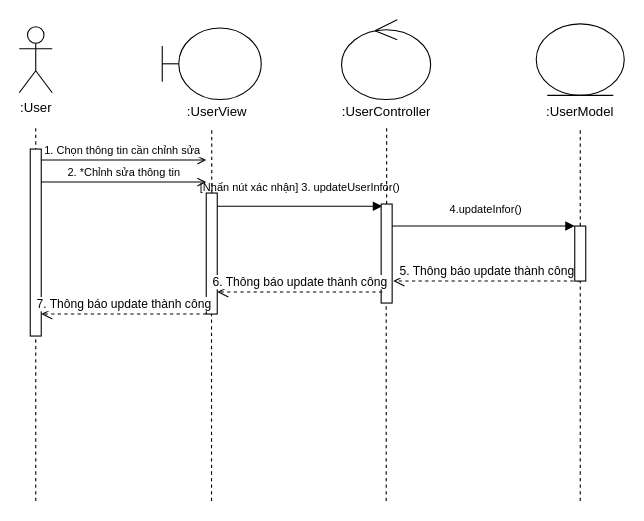
The draw.io diagram Sequence Diagram/Quản lý tài khoản/chinh_sua_ho_so sequence.drawio in brown2004/PTTKHT-project, before the edit. Source tidied: cells renumbered, new cells numbered last; positions are measured from the earlier drawing's top-left corner, leaving out a move shared by most shapes. Both pictures are drawn from the tidied source at 110%, with x=0, y=0 at pixel (19, 19).
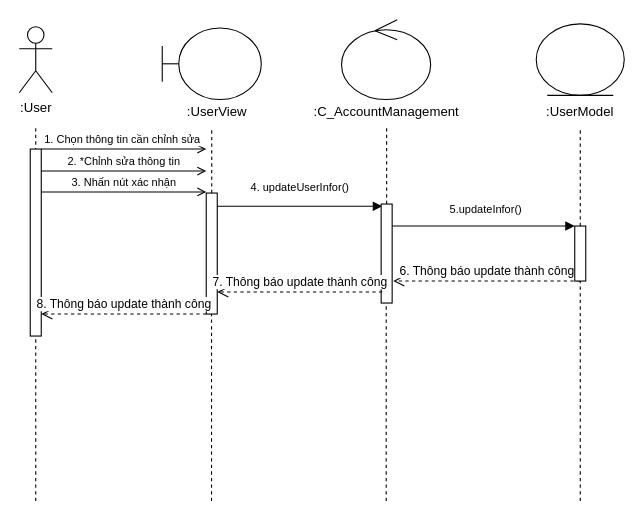
After the change.

What changed in the source:
```diff
@@
     <mxCell id="10" value="&lt;font style=&quot;font-size: 10px;&quot;&gt;1. Chọn thông tin cần chỉnh sửa&amp;nbsp;&lt;/font&gt;" style="html=1;verticalAlign=bottom;startArrow=none;startFill=0;endArrow=open;curved=0;rounded=0;endFill=0;" parent="1" edge="1">
       <mxGeometry relative="1" as="geometry">
-        <mxPoint x="20" y="128" as="sourcePoint" />
-        <mxPoint x="170" y="128" as="targetPoint" />
+        <mxPoint x="20" y="118" as="sourcePoint" />
+        <mxPoint x="170" y="118" as="targetPoint" />
       </mxGeometry>
     </mxCell>
@@
     <mxCell id="13" value="&lt;font style=&quot;font-size: 10px;&quot;&gt;2. *Chỉnh sửa thông tin&lt;/font&gt;" style="html=1;verticalAlign=bottom;startArrow=none;startFill=0;endArrow=open;curved=0;rounded=0;endFill=0;" parent="1" edge="1">
       <mxGeometry relative="1" as="geometry">
-        <mxPoint x="20" y="148" as="sourcePoint" />
-        <mxPoint x="170" y="148" as="targetPoint" />
+        <mxPoint x="20" y="138" as="sourcePoint" />
+        <mxPoint x="170" y="138" as="targetPoint" />
       </mxGeometry>
     </mxCell>
-    <mxCell id="14" value="&lt;font style=&quot;font-size: 10px;&quot;&gt;[Nhấn nút xác nhận] 3. updateUserInfor()&lt;/font&gt;" style="text;html=1;align=center;verticalAlign=middle;strokeColor=none;fillColor=none;" parent="1" vertex="1">
-      <mxGeometry x="150" y="138" width="210" height="30" as="geometry" />
+    <mxCell id="14" value="&lt;font style=&quot;font-size: 10px;&quot;&gt;4. updateUserInfor()&lt;/font&gt;" style="text;html=1;align=center;verticalAlign=middle;strokeColor=none;fillColor=none;" parent="1" vertex="1">
+      <mxGeometry x="200" y="138" width="110" height="30" as="geometry" />
     </mxCell>
@@
-    <mxCell id="20" value="&lt;span style=&quot;font-size: 10px;&quot;&gt;4.updateInfor()&lt;/span&gt;" style="text;html=1;align=center;verticalAlign=middle;strokeColor=none;fillColor=none;" parent="1" vertex="1">
+    <mxCell id="20" value="&lt;span style=&quot;font-size: 10px;&quot;&gt;5.updateInfor()&lt;/span&gt;" style="text;html=1;align=center;verticalAlign=middle;strokeColor=none;fillColor=none;" parent="1" vertex="1">
       <mxGeometry x="379" y="158" width="90" height="30" as="geometry" />
     </mxCell>
-    <mxCell id="21" value="5. Thông báo update thành công" style="html=1;verticalAlign=bottom;endArrow=open;dashed=1;endSize=8;curved=0;rounded=0;" parent="1" edge="1">
+    <mxCell id="21" value="6. Thông báo update thành công" style="html=1;verticalAlign=bottom;endArrow=open;dashed=1;endSize=8;curved=0;rounded=0;" parent="1" edge="1">
       <mxGeometry relative="1" as="geometry">
         <mxPoint x="510" y="238" as="sourcePoint" />
         <mxPoint x="340" y="238" as="targetPoint" />
       </mxGeometry>
     </mxCell>
@@
-    <mxCell id="24" value="6. Thông báo update thành công" style="html=1;verticalAlign=bottom;endArrow=open;dashed=1;endSize=8;curved=0;rounded=0;" parent="1" edge="1">
+    <mxCell id="24" value="7. Thông báo update thành công" style="html=1;verticalAlign=bottom;endArrow=open;dashed=1;endSize=8;curved=0;rounded=0;" parent="1" edge="1">
       <mxGeometry relative="1" as="geometry">
         <mxPoint x="330" y="248" as="sourcePoint" />
         <mxPoint x="180" y="248" as="targetPoint" />
       </mxGeometry>
     </mxCell>
-    <mxCell id="25" value="7. Thông báo update thành công" style="html=1;verticalAlign=bottom;endArrow=open;dashed=1;endSize=8;curved=0;rounded=0;" parent="1" edge="1">
+    <mxCell id="25" value="8. Thông báo update thành công" style="html=1;verticalAlign=bottom;endArrow=open;dashed=1;endSize=8;curved=0;rounded=0;" parent="1" edge="1">
       <mxGeometry relative="1" as="geometry">
         <mxPoint x="170" y="268" as="sourcePoint" />
         <mxPoint x="20" y="268" as="targetPoint" />
       </mxGeometry>
     </mxCell>
@@
-    <mxCell id="27" value=":UserController" style="text;html=1;align=center;verticalAlign=middle;whiteSpace=wrap;rounded=0;" parent="1" vertex="1">
+    <mxCell id="27" value=":C_AccountManagement" style="text;html=1;align=center;verticalAlign=middle;whiteSpace=wrap;rounded=0;" parent="1" vertex="1">
       <mxGeometry x="304" y="69.2" width="60" height="30" as="geometry" />
     </mxCell>
@@
+    <mxCell id="29" value="&lt;font style=&quot;font-size: 10px;&quot;&gt;3. Nhấn nút xác nhận&lt;/font&gt;" style="html=1;verticalAlign=bottom;startArrow=none;startFill=0;endArrow=open;curved=0;rounded=0;endFill=0;" parent="1" edge="1">
+      <mxGeometry relative="1" as="geometry">
+        <mxPoint x="20" y="157" as="sourcePoint" />
+        <mxPoint x="170" y="157" as="targetPoint" />
+      </mxGeometry>
+    </mxCell>
```
